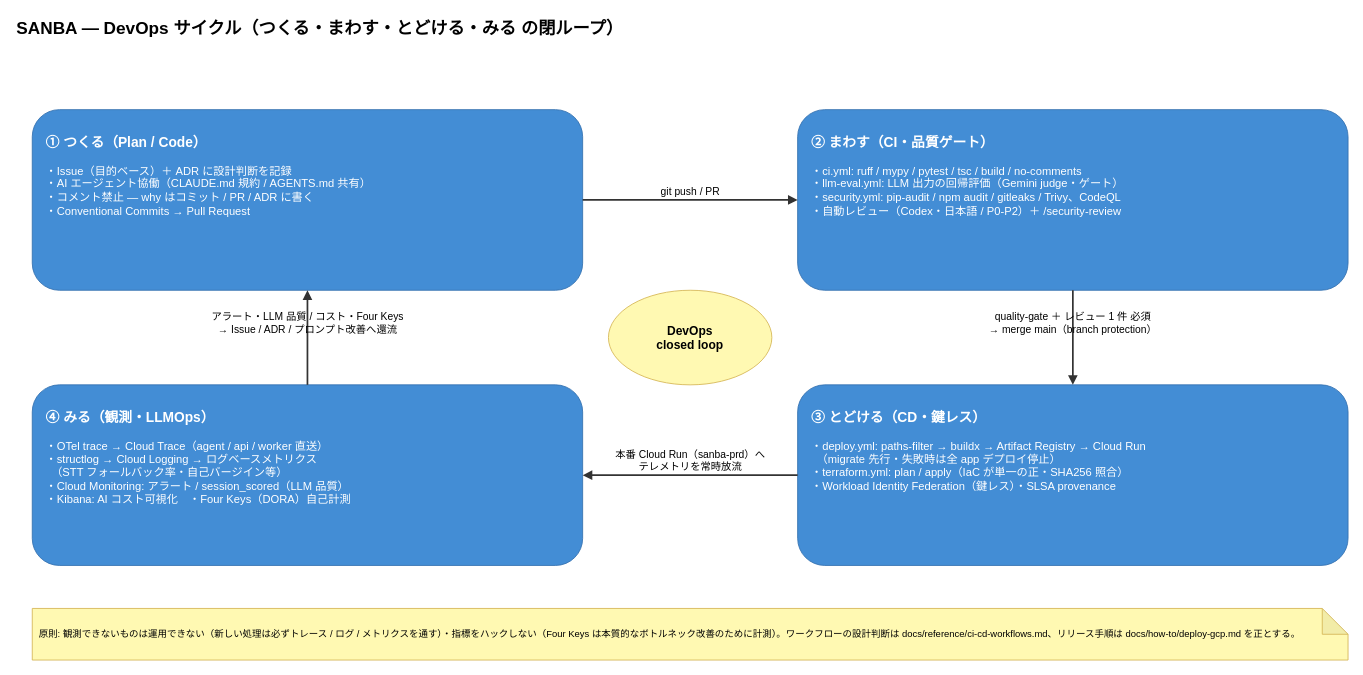
This is page "5. DevOps サイクル" (5 of 5) of docs/reference/diagrams/sanba-architecture.drawio from godhuu0505/sanba, a draw.io file, before an edit. Source tidied: cells renumbered, new cells numbered last; positions are measured from the earlier drawing's top-left corner, leaving out a move shared by most shapes. Both pictures are drawn from the tidied source at 86%, with x=0, y=0 at pixel (15, 15).
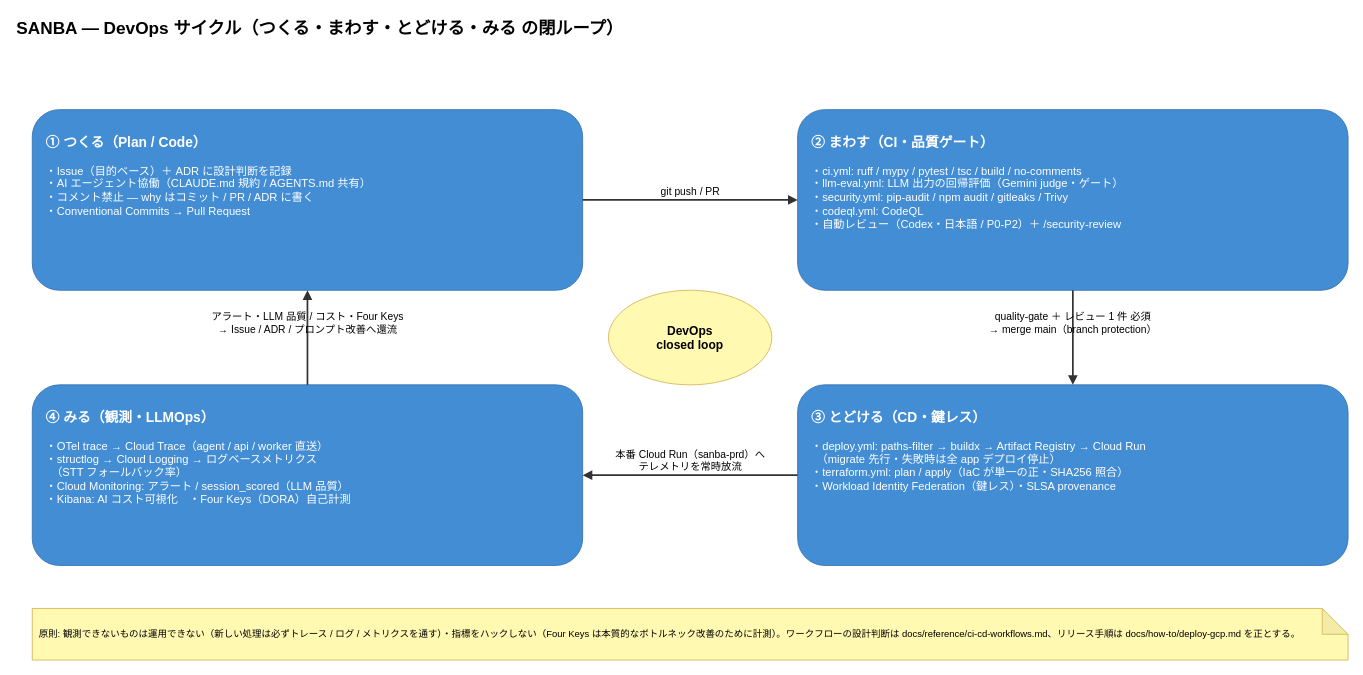
The same page after the edit.

Commit message (it also covers changes not shown here):
fix(docs): Codex レビュー指摘 4 件を対応

- sq-note-stt: 「本番 ON・chirp_3/us」→ env-gated 表記に修正（実設定は
  separate_stt_enabled=False / chirp_2 / us-central1 がデフォルト）
- dv-ci: CodeQL を security.yml から独立させ codeql.yml として明記
- dv-obs: 未実装の「自己バージイン等」メトリクスをログベースメトリクス欄から削除
- docs/README.md・ubiquitous-language.md: 「二層構造」→「三層構造」に統一

The edit, as a diff of the source:
```diff
@@
 <mxGraphModel>
   <root>
     <mxCell id="0" />
     <mxCell id="1" parent="0" />
     <mxCell id="2" value="SANBA — DevOps サイクル（つくる・まわす・とどける・みる の閉ループ）" style="text;html=1;fontSize=20;fontStyle=1;align=left;verticalAlign=middle;" parent="1" vertex="1">
       <mxGeometry width="1000" height="30" as="geometry" />
     </mxCell>
     <mxCell id="3" value="&lt;b&gt;&lt;font style=&quot;font-size:16px&quot;&gt;① つくる（Plan / Code）&lt;/font&gt;&lt;/b&gt;&lt;br&gt;&lt;br&gt;・Issue（目的ベース）＋ ADR に設計判断を記録&lt;br&gt;・AI エージェント協働（CLAUDE.md 規約 / AGENTS.md 共有）&lt;br&gt;・コメント禁止 — why はコミット / PR / ADR に書く&lt;br&gt;・Conventional Commits → Pull Request" style="rounded=1;whiteSpace=wrap;html=1;fillColor=#438DD5;strokeColor=#3572B0;fontColor=#ffffff;fontSize=13;align=left;spacing=16;verticalAlign=top;spacingTop=8;" parent="1" vertex="1">
       <mxGeometry x="20" y="110" width="640" height="210" as="geometry" />
     </mxCell>
-    <mxCell id="4" value="&lt;b&gt;&lt;font style=&quot;font-size:16px&quot;&gt;② まわす（CI・品質ゲート）&lt;/font&gt;&lt;/b&gt;&lt;br&gt;&lt;br&gt;・ci.yml: ruff / mypy / pytest / tsc / build / no-comments&lt;br&gt;・llm-eval.yml: LLM 出力の回帰評価（Gemini judge・ゲート）&lt;br&gt;・security.yml: pip-audit / npm audit / gitleaks / Trivy、CodeQL&lt;br&gt;・自動レビュー（Codex・日本語 / P0-P2）＋ /security-review" style="rounded=1;whiteSpace=wrap;html=1;fillColor=#438DD5;strokeColor=#3572B0;fontColor=#ffffff;fontSize=13;align=left;spacing=16;verticalAlign=top;spacingTop=8;" parent="1" vertex="1">
+    <mxCell id="4" value="&lt;b&gt;&lt;font style=&quot;font-size:16px&quot;&gt;② まわす（CI・品質ゲート）&lt;/font&gt;&lt;/b&gt;&lt;br&gt;&lt;br&gt;・ci.yml: ruff / mypy / pytest / tsc / build / no-comments&lt;br&gt;・llm-eval.yml: LLM 出力の回帰評価（Gemini judge・ゲート）&lt;br&gt;・security.yml: pip-audit / npm audit / gitleaks / Trivy&lt;br&gt;・codeql.yml: CodeQL&lt;br&gt;・自動レビュー（Codex・日本語 / P0-P2）＋ /security-review" style="rounded=1;whiteSpace=wrap;html=1;fillColor=#438DD5;strokeColor=#3572B0;fontColor=#ffffff;fontSize=13;align=left;spacing=16;verticalAlign=top;spacingTop=8;" parent="1" vertex="1">
       <mxGeometry x="910" y="110" width="640" height="210" as="geometry" />
     </mxCell>
     <mxCell id="5" value="&lt;b&gt;&lt;font style=&quot;font-size:16px&quot;&gt;③ とどける（CD・鍵レス）&lt;/font&gt;&lt;/b&gt;&lt;br&gt;&lt;br&gt;・deploy.yml: paths-filter → buildx → Artifact Registry → Cloud Run&lt;br&gt;　（migrate 先行・失敗時は全 app デプロイ停止）&lt;br&gt;・terraform.yml: plan / apply（IaC が単一の正・SHA256 照合）&lt;br&gt;・Workload Identity Federation（鍵レス）・SLSA provenance" style="rounded=1;whiteSpace=wrap;html=1;fillColor=#438DD5;strokeColor=#3572B0;fontColor=#ffffff;fontSize=13;align=left;spacing=16;verticalAlign=top;spacingTop=8;" parent="1" vertex="1">
       <mxGeometry x="910" y="430" width="640" height="210" as="geometry" />
     </mxCell>
-    <mxCell id="6" value="&lt;b&gt;&lt;font style=&quot;font-size:16px&quot;&gt;④ みる（観測・LLMOps）&lt;/font&gt;&lt;/b&gt;&lt;br&gt;&lt;br&gt;・OTel trace → Cloud Trace（agent / api / worker 直送）&lt;br&gt;・structlog → Cloud Logging → ログベースメトリクス&lt;br&gt;　（STT フォールバック率・自己バージイン等）&lt;br&gt;・Cloud Monitoring: アラート / session_scored（LLM 品質）&lt;br&gt;・Kibana: AI コスト可視化　・Four Keys（DORA）自己計測" style="rounded=1;whiteSpace=wrap;html=1;fillColor=#438DD5;strokeColor=#3572B0;fontColor=#ffffff;fontSize=13;align=left;spacing=16;verticalAlign=top;spacingTop=8;" parent="1" vertex="1">
+    <mxCell id="6" value="&lt;b&gt;&lt;font style=&quot;font-size:16px&quot;&gt;④ みる（観測・LLMOps）&lt;/font&gt;&lt;/b&gt;&lt;br&gt;&lt;br&gt;・OTel trace → Cloud Trace（agent / api / worker 直送）&lt;br&gt;・structlog → Cloud Logging → ログベースメトリクス&lt;br&gt;　（STT フォールバック率）&lt;br&gt;・Cloud Monitoring: アラート / session_scored（LLM 品質）&lt;br&gt;・Kibana: AI コスト可視化　・Four Keys（DORA）自己計測" style="rounded=1;whiteSpace=wrap;html=1;fillColor=#438DD5;strokeColor=#3572B0;fontColor=#ffffff;fontSize=13;align=left;spacing=16;verticalAlign=top;spacingTop=8;" parent="1" vertex="1">
       <mxGeometry x="20" y="430" width="640" height="210" as="geometry" />
     </mxCell>
     <mxCell id="7" value="&lt;b&gt;DevOps&lt;br&gt;closed loop&lt;/b&gt;" style="ellipse;whiteSpace=wrap;html=1;fillColor=#FFF9B2;strokeColor=#D6B656;fontSize=14;" parent="1" vertex="1">
       <mxGeometry x="690" y="320" width="190" height="110" as="geometry" />
     </mxCell>
     <mxCell id="8" value="git push / PR" style="html=1;strokeColor=#333333;fontSize=12;verticalAlign=bottom;labelBackgroundColor=none;endArrow=block;strokeWidth=2;" parent="1" edge="1">
       <mxGeometry relative="1" as="geometry">
         <mxPoint x="660" y="215" as="sourcePoint" />
         <mxPoint x="910" y="215" as="targetPoint" />
       </mxGeometry>
     </mxCell>
     <mxCell id="9" value="quality-gate ＋ レビュー 1 件 必須&lt;br&gt;→ merge main（branch protection）" style="html=1;strokeColor=#333333;fontSize=12;verticalAlign=bottom;labelBackgroundColor=none;endArrow=block;strokeWidth=2;" parent="1" edge="1">
       <mxGeometry relative="1" as="geometry">
         <mxPoint x="1230" y="320" as="sourcePoint" />
         <mxPoint x="1230" y="430" as="targetPoint" />
       </mxGeometry>
     </mxCell>
     <mxCell id="10" value="本番 Cloud Run（sanba-prd）へ&lt;br&gt;テレメトリを常時放流" style="html=1;strokeColor=#333333;fontSize=12;verticalAlign=bottom;labelBackgroundColor=none;endArrow=block;strokeWidth=2;" parent="1" edge="1">
       <mxGeometry relative="1" as="geometry">
         <mxPoint x="910" y="535" as="sourcePoint" />
         <mxPoint x="660" y="535" as="targetPoint" />
       </mxGeometry>
     </mxCell>
     <mxCell id="11" value="アラート・LLM 品質 / コスト・Four Keys&lt;br&gt;→ Issue / ADR / プロンプト改善へ還流" style="html=1;strokeColor=#333333;fontSize=12;verticalAlign=bottom;labelBackgroundColor=none;endArrow=block;strokeWidth=2;" parent="1" edge="1">
       <mxGeometry relative="1" as="geometry">
         <mxPoint x="340" y="430" as="sourcePoint" />
         <mxPoint x="340" y="320" as="targetPoint" />
       </mxGeometry>
     </mxCell>
     <mxCell id="12" value="原則: 観測できないものは運用できない（新しい処理は必ずトレース / ログ / メトリクスを通す）・指標をハックしない（Four Keys は本質的なボトルネック改善のために計測）。ワークフローの設計判断は docs/reference/ci-cd-workflows.md、リリース手順は docs/how-to/deploy-gcp.md を正とする。" style="shape=note;whiteSpace=wrap;html=1;backgroundOutline=1;darkOpacity=0.05;fillColor=#FFF9B2;strokeColor=#D6B656;fontSize=11;align=left;spacing=8;" parent="1" vertex="1">
       <mxGeometry x="20" y="690" width="1530" height="60" as="geometry" />
     </mxCell>
   </root>
 </mxGraphModel>
```
